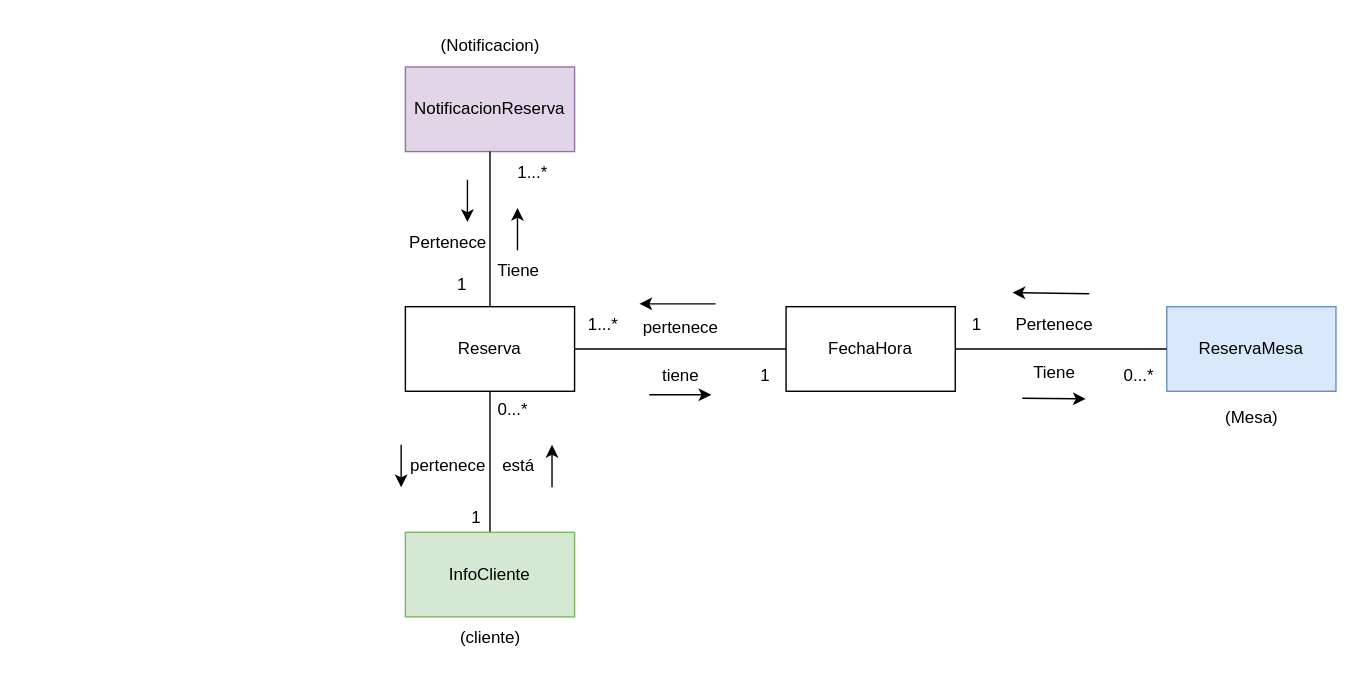
andrescardo98/doo keeps this draw.io diagram as page "Reservas" (3 of 11) of Restaurante_Disenio.drawio. Above is the earlier version. Source tidied: cells renumbered, new cells numbered last; positions are measured from the earlier drawing's top-left corner, leaving out a move shared by most shapes. Both pictures are drawn from the tidied source at 141%, with x=0, y=0 at pixel (391, 24).
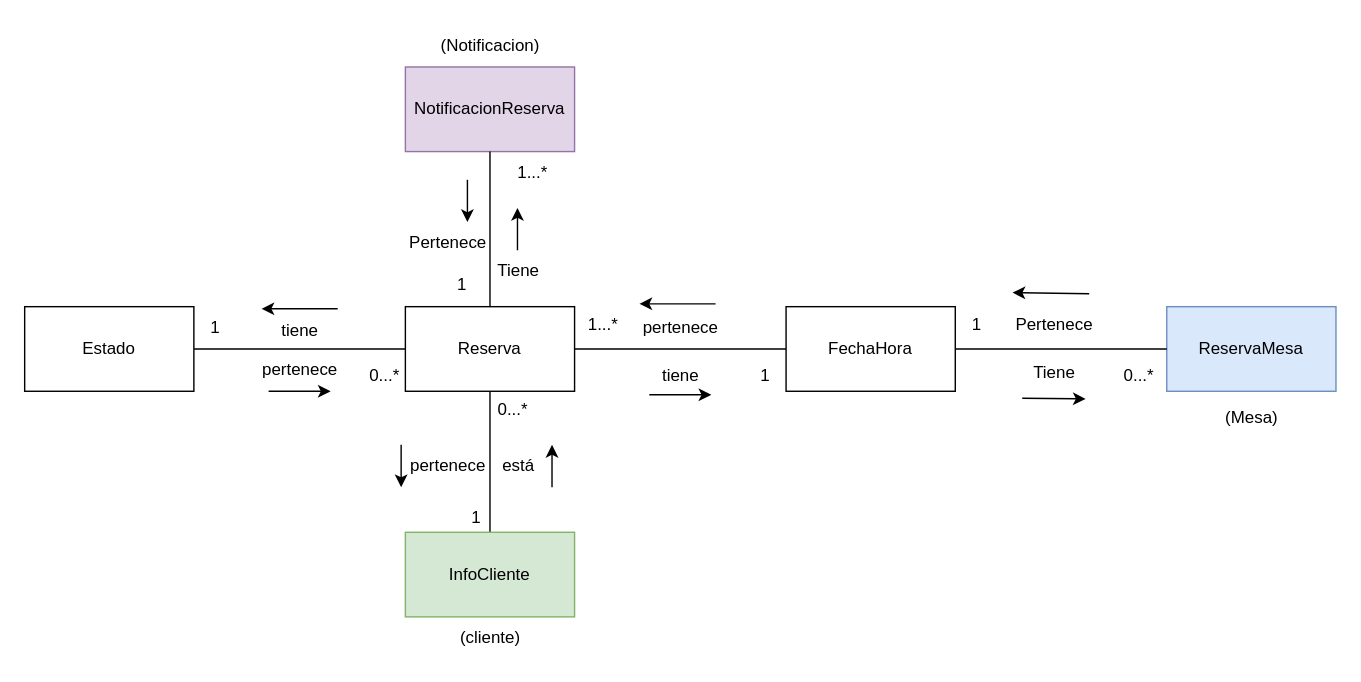
The same page after the edit.

The change refers to these unchanged cells:
```xml
<mxCell id="4" value="Reserva" style="rounded=0;whiteSpace=wrap;html=1;" parent="1" vertex="1">
  <mxGeometry x="10" y="200" width="120" height="60" as="geometry" />
</mxCell>
```

What changed in the source:
```diff
@@
+    <mxCell id="38" style="edgeStyle=orthogonalEdgeStyle;rounded=0;jettySize=auto;html=1;exitX=0;exitY=0.5;exitDx=0;exitDy=0;entryX=1;entryY=0.5;entryDx=0;entryDy=0;endArrow=none;endFill=0;" parent="1" edge="1" source="4" target="39">
+      <mxGeometry relative="1" as="geometry" />
+    </mxCell>
@@
+    <mxCell id="39" value="Estado" style="rounded=0;whiteSpace=wrap;html=1;" parent="1" vertex="1">
+      <mxGeometry x="-260" y="200" width="120" height="60" as="geometry" />
+    </mxCell>
+    <mxCell id="40" value="tiene" style="text;html=1;align=center;verticalAlign=middle;strokeColor=none;fillColor=none;" parent="1" vertex="1">
+      <mxGeometry x="-90" y="201.5" width="50" height="30" as="geometry" />
+    </mxCell>
+    <mxCell id="41" style="endArrow=classic;html=1;rounded=0;entryX=0;entryY=-0.08;entryDx=0;entryDy=0;entryPerimeter=0;exitX=1.088;exitY=-0.053;exitDx=0;exitDy=0;exitPerimeter=0;" parent="1" edge="1">
+      <mxGeometry relative="1" as="geometry">
+        <mxPoint x="-38" y="201.5" as="sourcePoint" />
+        <mxPoint x="-92" y="201.5" as="targetPoint" />
+      </mxGeometry>
+    </mxCell>
+    <mxCell id="42" value="pertenece" style="text;html=1;align=center;verticalAlign=middle;strokeColor=none;fillColor=none;" parent="1" vertex="1">
+      <mxGeometry x="-105" y="230" width="80" height="30" as="geometry" />
+    </mxCell>
+    <mxCell id="43" value="1" style="text;html=1;align=center;verticalAlign=middle;strokeColor=none;fillColor=none;" parent="1" vertex="1">
+      <mxGeometry x="-140" y="200" width="30" height="30" as="geometry" />
+    </mxCell>
+    <mxCell id="44" style="endArrow=classic;html=1;rounded=0;entryX=0.857;entryY=1.133;entryDx=0;entryDy=0;entryPerimeter=0;" parent="1" edge="1">
+      <mxGeometry relative="1" as="geometry">
+        <mxPoint x="-87" y="260" as="sourcePoint" />
+        <mxPoint x="-43" y="260" as="targetPoint" />
+      </mxGeometry>
+    </mxCell>
+    <mxCell id="45" value="0...*" style="text;html=1;align=center;verticalAlign=middle;strokeColor=none;fillColor=none;" parent="1" vertex="1">
+      <mxGeometry x="-25" y="233.5" width="40" height="30" as="geometry" />
+    </mxCell>
```
